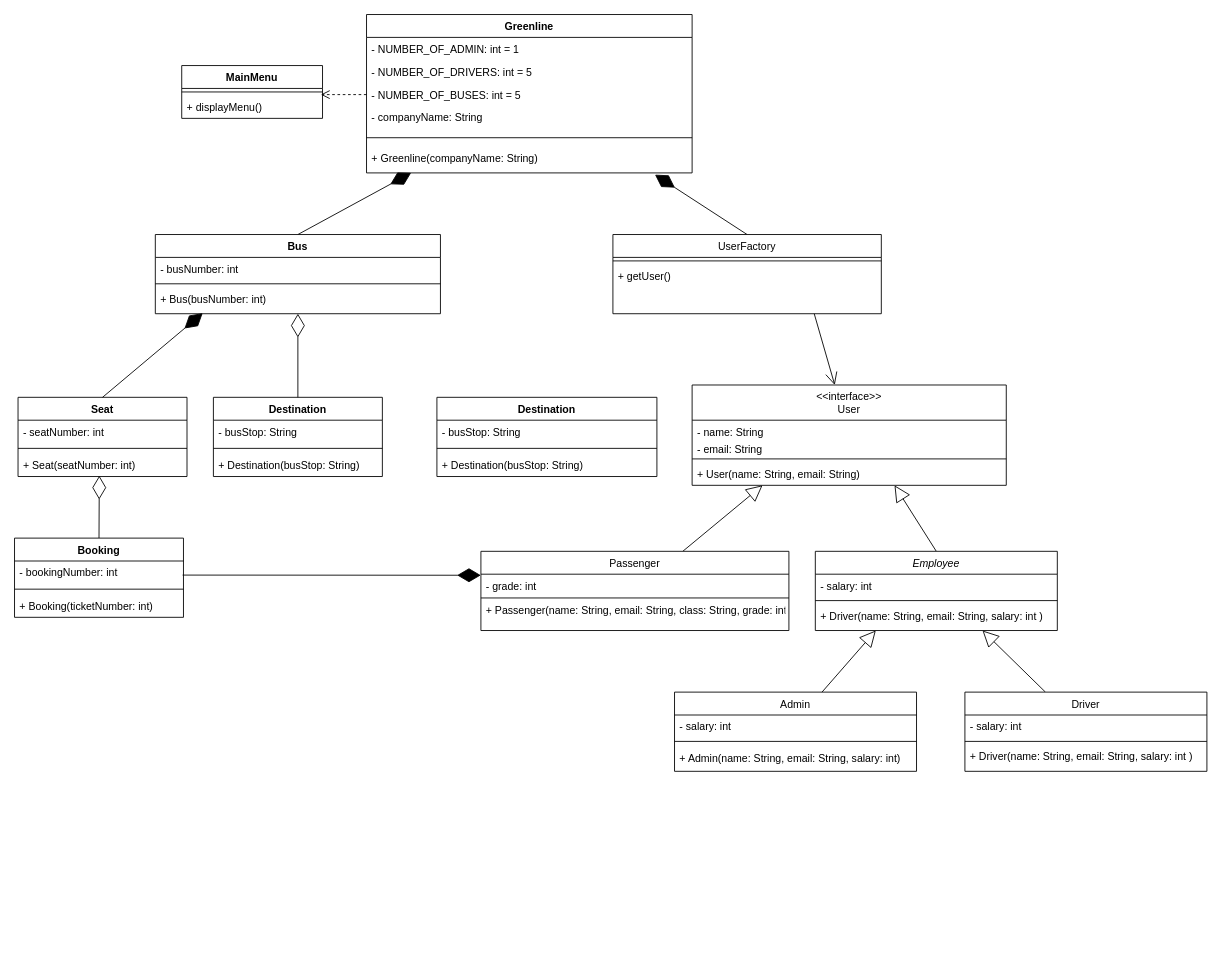
The draw.io diagram uml/greenline.drawio in mriduava/greenline, before the edit. Source tidied: cells renumbered, new cells numbered last; positions are measured from the earlier drawing's top-left corner, leaving out a move shared by most shapes. Both pictures are drawn from the tidied source at 88%, with x=0, y=0 at pixel (14, 14).
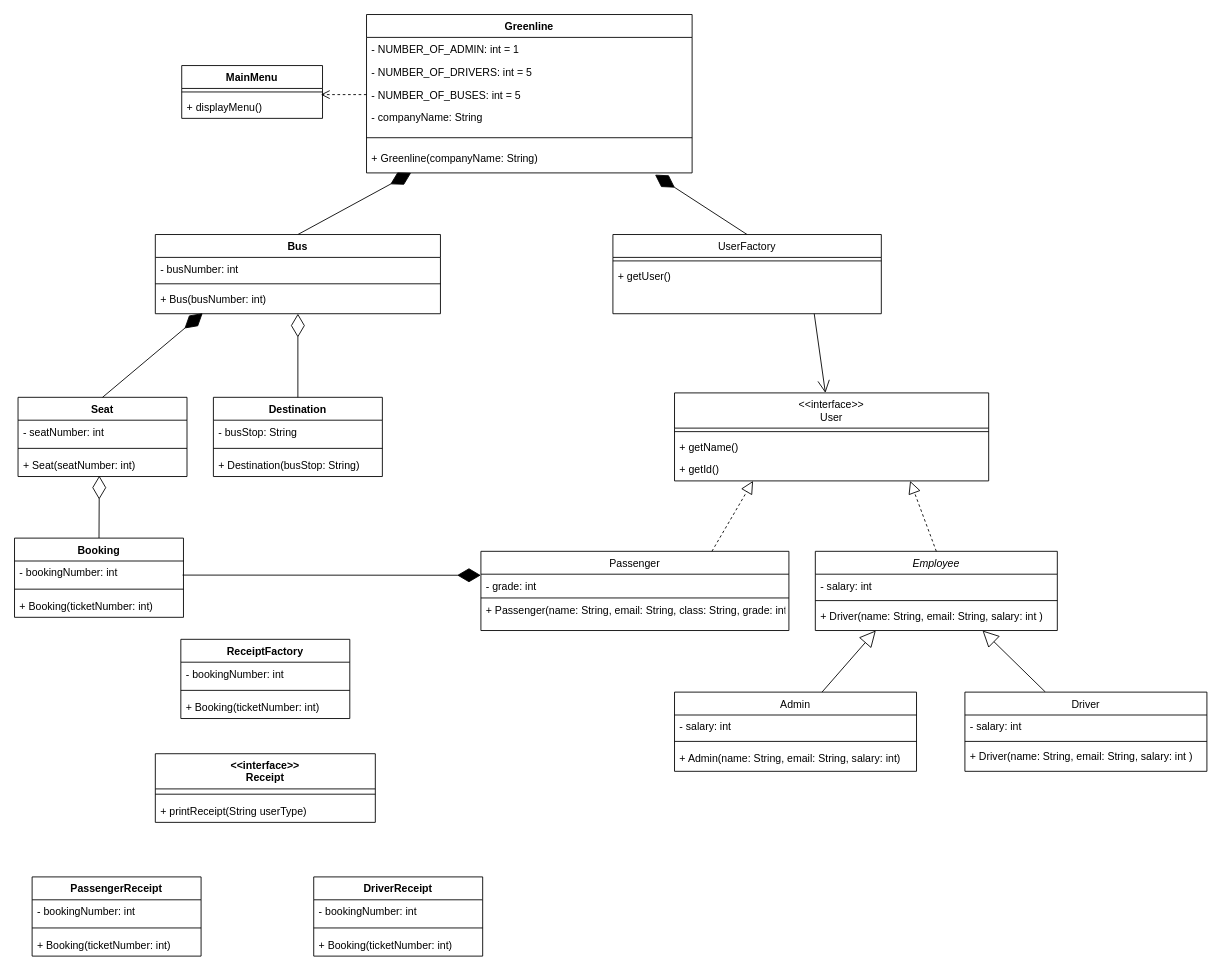
The same diagram, later.

The change refers to these unchanged cells:
```xml
<mxCell id="51" value="Employee" style="swimlane;fontStyle=2;align=center;verticalAlign=top;horizontal=1;startSize=26;rounded=0;shadow=0;strokeWidth=1;" parent="1" vertex="1">
  <mxGeometry x="910" y="610" width="275" height="90" as="geometry" />
</mxCell>
<mxCell id="55" value="Passenger" style="swimlane;fontStyle=0;align=center;verticalAlign=top;horizontal=1;startSize=26;rounded=0;shadow=0;strokeWidth=1;" parent="1" vertex="1">
  <mxGeometry x="530" y="610" width="350" height="90" as="geometry" />
</mxCell>
```

What changed in the source:
```diff
@@
-    <mxCell id="5" style="endArrow=block;endSize=16;endFill=0;html=1;" parent="1" edge="1" source="55">
-      <mxGeometry relative="1" as="geometry">
-        <mxPoint x="850" y="535" as="targetPoint" />
-      </mxGeometry>
-    </mxCell>
@@
-    <mxCell id="50" style="endArrow=block;endSize=16;endFill=0;html=1;exitX=0.5;exitY=0;exitDx=0;exitDy=0;" parent="1" edge="1" source="51">
-      <mxGeometry relative="1" as="geometry">
-        <mxPoint x="1000" y="535" as="targetPoint" />
-      </mxGeometry>
-    </mxCell>
@@
+    <mxCell id="68" style="endArrow=block;dashed=1;endFill=0;endSize=12;html=1;exitX=0.75;exitY=0;exitDx=0;exitDy=0;entryX=0.25;entryY=1;entryDx=0;entryDy=0;" parent="1" edge="1" source="55" target="63">
+      <mxGeometry relative="1" as="geometry" />
+    </mxCell>
+    <mxCell id="69" style="endArrow=block;dashed=1;endFill=0;endSize=12;html=1;exitX=0.5;exitY=0;exitDx=0;exitDy=0;entryX=0.75;entryY=1;entryDx=0;entryDy=0;" parent="1" edge="1" source="51" target="63">
+      <mxGeometry relative="1" as="geometry" />
+    </mxCell>
+    <mxCell id="63" value="&lt;&lt;interface&gt;&gt;&#10;User" style="swimlane;fontStyle=0;align=center;verticalAlign=top;horizontal=1;startSize=40;rounded=0;shadow=0;strokeWidth=1;" parent="1" vertex="1">
+      <mxGeometry x="750" y="430" width="357" height="100" as="geometry" />
+    </mxCell>
+    <mxCell id="66" style="line;html=1;strokeWidth=1;align=left;verticalAlign=middle;spacingTop=-1;spacingLeft=3;spacingRight=3;labelPosition=right;" parent="63" vertex="1">
+      <mxGeometry y="40" width="357" height="8" as="geometry" />
+    </mxCell>
+    <mxCell id="67" value="+ getName()" style="text;align=left;verticalAlign=top;spacingLeft=4;spacingRight=4;overflow=hidden;" parent="63" vertex="1">
+      <mxGeometry y="48" width="357" height="26" as="geometry" />
+    </mxCell>
+    <mxCell id="70" value="+ getId()" style="text;align=left;verticalAlign=top;spacingLeft=4;spacingRight=4;overflow=hidden;" parent="63" vertex="1">
+      <mxGeometry y="74" width="357" height="26" as="geometry" />
+    </mxCell>
+    <mxCell id="71" value="PassengerReceipt" style="swimlane;fontStyle=1;align=center;verticalAlign=top;horizontal=1;startSize=26;" parent="1" vertex="1">
+      <mxGeometry x="20" y="980" width="192" height="90" as="geometry" />
+    </mxCell>
+    <mxCell id="72" value="- bookingNumber: int" style="text;strokeColor=none;fillColor=none;align=left;verticalAlign=top;spacingLeft=4;spacingRight=4;overflow=hidden;" parent="71" vertex="1">
+      <mxGeometry y="26" width="192" height="26" as="geometry" />
+    </mxCell>
+    <mxCell id="73" style="line;strokeWidth=1;fillColor=none;align=left;verticalAlign=middle;spacingTop=-1;spacingLeft=3;spacingRight=3;labelPosition=right;" parent="71" vertex="1">
+      <mxGeometry y="52" width="192" height="12" as="geometry" />
+    </mxCell>
+    <mxCell id="74" value="+ Booking(ticketNumber: int)" style="text;strokeColor=none;fillColor=none;align=left;verticalAlign=top;spacingLeft=4;spacingRight=4;overflow=hidden;" parent="71" vertex="1">
+      <mxGeometry y="64" width="192" height="26" as="geometry" />
+    </mxCell>
+    <mxCell id="75" value="DriverReceipt" style="swimlane;fontStyle=1;align=center;verticalAlign=top;horizontal=1;startSize=26;" parent="1" vertex="1">
+      <mxGeometry x="340" y="980" width="192" height="90" as="geometry" />
+    </mxCell>
+    <mxCell id="76" value="- bookingNumber: int" style="text;strokeColor=none;fillColor=none;align=left;verticalAlign=top;spacingLeft=4;spacingRight=4;overflow=hidden;" parent="75" vertex="1">
+      <mxGeometry y="26" width="192" height="26" as="geometry" />
+    </mxCell>
+    <mxCell id="77" style="line;strokeWidth=1;fillColor=none;align=left;verticalAlign=middle;spacingTop=-1;spacingLeft=3;spacingRight=3;labelPosition=right;" parent="75" vertex="1">
+      <mxGeometry y="52" width="192" height="12" as="geometry" />
+    </mxCell>
+    <mxCell id="78" value="+ Booking(ticketNumber: int)" style="text;strokeColor=none;fillColor=none;align=left;verticalAlign=top;spacingLeft=4;spacingRight=4;overflow=hidden;" parent="75" vertex="1">
+      <mxGeometry y="64" width="192" height="26" as="geometry" />
+    </mxCell>
-    <mxCell id="59" value="Destination" style="swimlane;fontStyle=1;align=center;verticalAlign=top;horizontal=1;startSize=26;" parent="1" vertex="1">
-      <mxGeometry x="480" y="435" width="250" height="90" as="geometry" />
+    <mxCell id="59" value="&lt;&lt;interface&gt;&gt;&#10;Receipt" style="swimlane;fontStyle=1;align=center;verticalAlign=top;horizontal=1;startSize=40;" parent="1" vertex="1">
+      <mxGeometry x="160" y="840" width="250" height="78" as="geometry" />
     </mxCell>
-    <mxCell id="60" value="- busStop: String" style="text;strokeColor=none;fillColor=none;align=left;verticalAlign=top;spacingLeft=4;spacingRight=4;overflow=hidden;" parent="59" vertex="1">
-      <mxGeometry y="26" width="250" height="26" as="geometry" />
-    </mxCell>
     <mxCell id="61" style="line;strokeWidth=1;fillColor=none;align=left;verticalAlign=middle;spacingTop=-1;spacingLeft=3;spacingRight=3;labelPosition=right;" parent="59" vertex="1">
-      <mxGeometry y="52" width="250" height="12" as="geometry" />
+      <mxGeometry y="40" width="250" height="12" as="geometry" />
     </mxCell>
-    <mxCell id="62" value="+ Destination(busStop: String)" style="text;strokeColor=none;fillColor=none;align=left;verticalAlign=top;spacingLeft=4;spacingRight=4;overflow=hidden;" parent="59" vertex="1">
-      <mxGeometry y="64" width="250" height="26" as="geometry" />
+    <mxCell id="62" value="+ printReceipt(String userType)" style="text;strokeColor=none;fillColor=none;align=left;verticalAlign=top;spacingLeft=4;spacingRight=4;overflow=hidden;" parent="59" vertex="1">
+      <mxGeometry y="52" width="250" height="26" as="geometry" />
     </mxCell>
-    <mxCell id="63" value="&lt;&lt;interface&gt;&gt;&#10;User" style="swimlane;fontStyle=0;align=center;verticalAlign=top;horizontal=1;startSize=40;rounded=0;shadow=0;strokeWidth=1;" parent="1" vertex="1">
-      <mxGeometry x="770" y="421" width="357" height="114" as="geometry" />
-    </mxCell>
-    <mxCell id="64" value="- name: String" style="text;align=left;verticalAlign=top;spacingLeft=4;spacingRight=4;overflow=hidden;rounded=0;shadow=0;html=0;" parent="63" vertex="1">
-      <mxGeometry y="40" width="357" height="20" as="geometry" />
-    </mxCell>
-    <mxCell id="65" value="- email: String" style="text;align=left;verticalAlign=top;spacingLeft=4;spacingRight=4;overflow=hidden;" parent="63" vertex="1">
-      <mxGeometry y="60" width="357" height="20" as="geometry" />
-    </mxCell>
-    <mxCell id="66" style="line;html=1;strokeWidth=1;align=left;verticalAlign=middle;spacingTop=-1;spacingLeft=3;spacingRight=3;labelPosition=right;" parent="63" vertex="1">
-      <mxGeometry y="80" width="357" height="8" as="geometry" />
-    </mxCell>
-    <mxCell id="67" value="+ User(name: String, email: String)" style="text;align=left;verticalAlign=top;spacingLeft=4;spacingRight=4;overflow=hidden;" parent="63" vertex="1">
-      <mxGeometry y="88" width="357" height="26" as="geometry" />
-    </mxCell>
+    <mxCell id="79" value="ReceiptFactory" style="swimlane;fontStyle=1;align=center;verticalAlign=top;horizontal=1;startSize=26;" parent="1" vertex="1">
+      <mxGeometry x="189" y="710" width="192" height="90" as="geometry" />
+    </mxCell>
+    <mxCell id="80" value="- bookingNumber: int" style="text;strokeColor=none;fillColor=none;align=left;verticalAlign=top;spacingLeft=4;spacingRight=4;overflow=hidden;" parent="79" vertex="1">
+      <mxGeometry y="26" width="192" height="26" as="geometry" />
+    </mxCell>
+    <mxCell id="81" style="line;strokeWidth=1;fillColor=none;align=left;verticalAlign=middle;spacingTop=-1;spacingLeft=3;spacingRight=3;labelPosition=right;" parent="79" vertex="1">
+      <mxGeometry y="52" width="192" height="12" as="geometry" />
+    </mxCell>
+    <mxCell id="82" value="+ Booking(ticketNumber: int)" style="text;strokeColor=none;fillColor=none;align=left;verticalAlign=top;spacingLeft=4;spacingRight=4;overflow=hidden;" parent="79" vertex="1">
+      <mxGeometry y="64" width="192" height="26" as="geometry" />
+    </mxCell>
```
